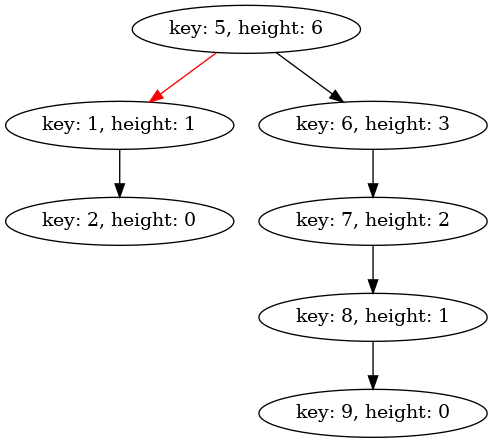
The Graphviz diagram graph.png in Hriman-Mahanta/Data_Structures, before a commit. Its source is kept beside it as graph.dot. Its diagram source:
```dot
digraph g{
5[label="key: 5, height: 6"];
5 -> 1 [color = red];
1[label="key: 1, height: 1"];
1 -> 2 ;
2[label="key: 2, height: 0"];
5 -> 6 ;
6[label="key: 6, height: 3"];
6 -> 7 ;
7[label="key: 7, height: 2"];
7 -> 8 ;
8[label="key: 8, height: 1"];
8 -> 9 ;
9[label="key: 9, height: 0"];
}
```
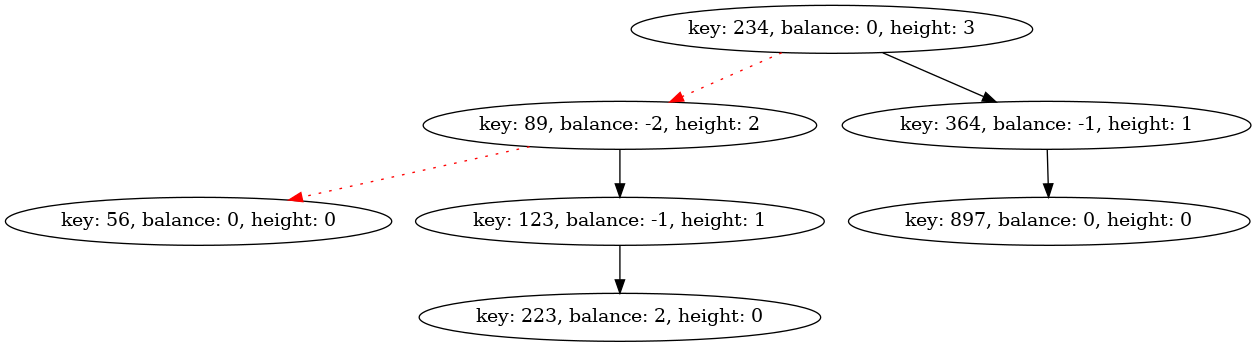
The same file after the commit.

Diff of the diagram source:
```diff
@@ -1,15 +1,15 @@
 digraph g{
-5[label="key: 5, height: 6"];
-5 -> 1 [color = red];
-1[label="key: 1, height: 1"];
-1 -> 2 ;
-2[label="key: 2, height: 0"];
-5 -> 6 ;
-6[label="key: 6, height: 3"];
-6 -> 7 ;
-7[label="key: 7, height: 2"];
-7 -> 8 ;
-8[label="key: 8, height: 1"];
-8 -> 9 ;
-9[label="key: 9, height: 0"];
+234[label="key: 234, balance: 0, height: 3"];
+234 -> 89 [color = red, style=dotted];
+89[label="key: 89, balance: -2, height: 2"];
+89 -> 56 [color = red, style=dotted];
+56[label="key: 56, balance: 0, height: 0"];
+89 -> 123 ;
+123[label="key: 123, balance: -1, height: 1"];
+123 -> 223 ;
+223[label="key: 223, balance: 2, height: 0"];
+234 -> 364 ;
+364[label="key: 364, balance: -1, height: 1"];
+364 -> 897 ;
+897[label="key: 897, balance: 0, height: 0"];
 }
```
